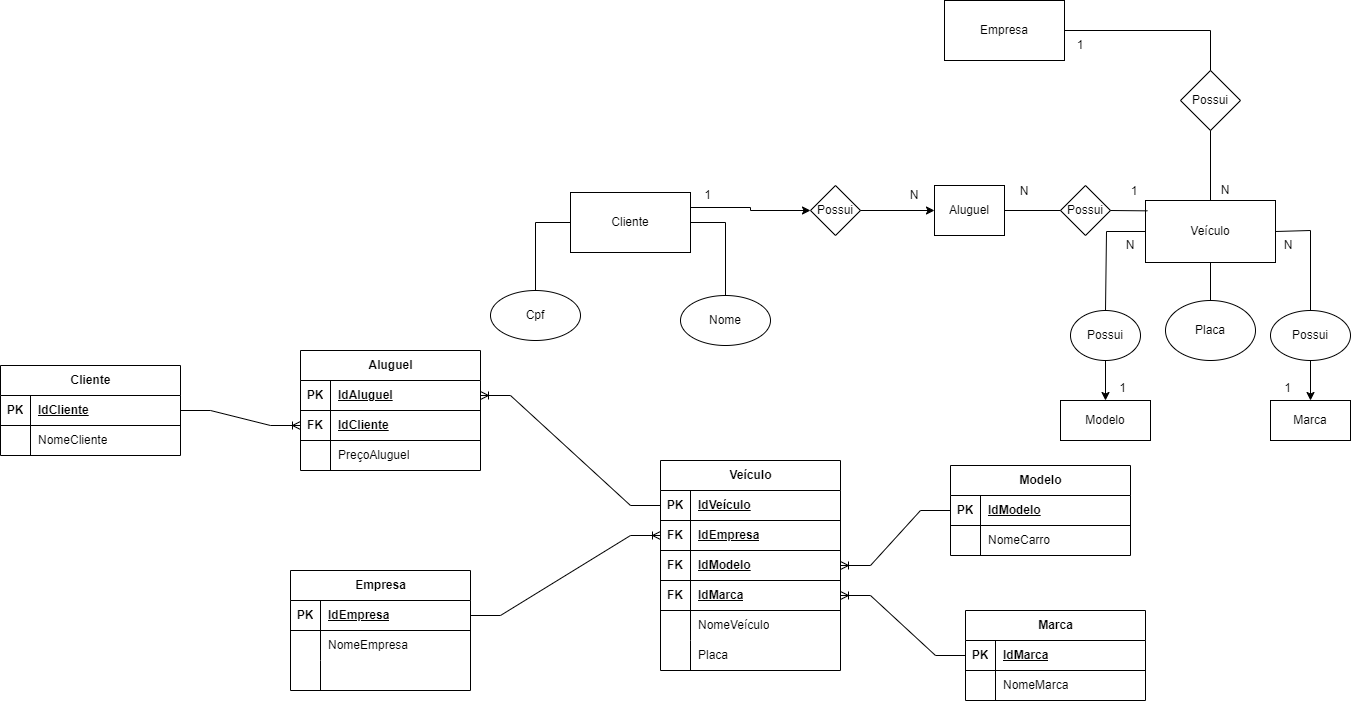
ngoteus/senai_sprrint1 keeps this draw.io diagram as exercicio_1.2/exercicio_1.2.drawio.png. Above is the earlier version. Source tidied: cells renumbered, new cells last; positions are measured from the earlier drawing's top-left corner, leaving out a move shared by most shapes.
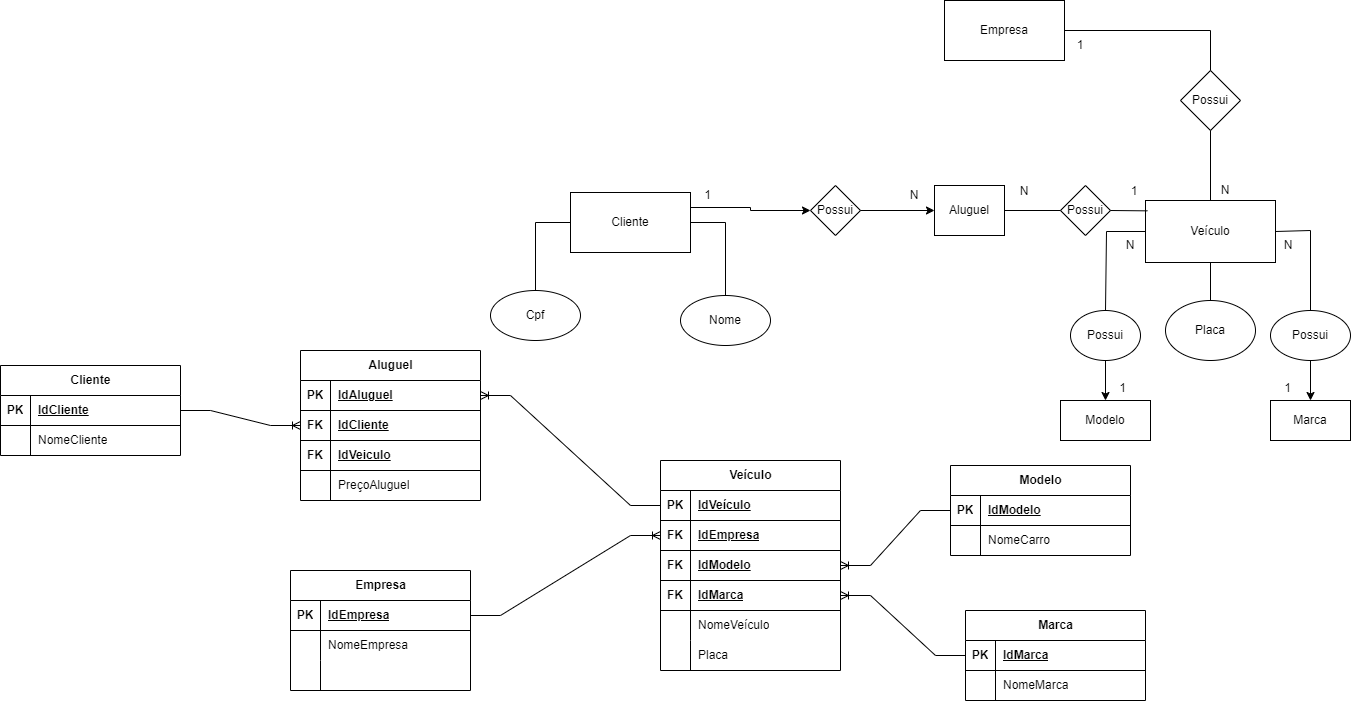
After the change.

Change to the diagram source:
```diff
@@ -263,7 +263,7 @@
       <mxGeometry x="30" width="150" height="30" as="geometry" />
     </mxCell>
     <mxCell id="82" value="Aluguel" style="shape=table;startSize=30;rowLines=0;fontStyle=1;align=center;html=1;" parent="1" vertex="1">
-      <mxGeometry x="300" y="350" width="180" height="120" as="geometry" />
+      <mxGeometry x="300" y="350" width="180" height="150" as="geometry" />
     </mxCell>
     <mxCell id="83" style="shape=tableRow;horizontal=0;startSize=0;swimlaneHead=0;swimlaneBody=0;fillColor=none;points=[[0,0.5],[1,0.5]];portConstraint=eastwest;top=0;left=0;right=0;bottom=1;" parent="82" vertex="1">
       <mxGeometry y="30" width="180" height="30" as="geometry" />
@@ -283,8 +283,17 @@
     <mxCell id="88" value="IdCliente" style="shape=partialRectangle;fillColor=none;top=0;left=0;bottom=0;right=0;align=left;spacingLeft=6;fontStyle=5;overflow=hidden;whiteSpace=wrap;html=1;" parent="86" vertex="1">
       <mxGeometry x="30" width="150" height="30" as="geometry" />
     </mxCell>
+    <mxCell id="104" style="shape=tableRow;horizontal=0;startSize=0;swimlaneHead=0;swimlaneBody=0;fillColor=none;top=0;left=0;right=0;bottom=1;" parent="82" vertex="1">
+      <mxGeometry y="90" width="180" height="30" as="geometry" />
+    </mxCell>
+    <mxCell id="105" value="FK" style="shape=partialRectangle;fillColor=none;top=0;left=0;bottom=0;right=0;fontStyle=1;overflow=hidden;whiteSpace=wrap;html=1;" parent="104" vertex="1">
+      <mxGeometry width="30" height="30" as="geometry" />
+    </mxCell>
+    <mxCell id="106" value="IdVeiculo" style="shape=partialRectangle;fillColor=none;top=0;left=0;bottom=0;right=0;align=left;spacingLeft=6;fontStyle=5;overflow=hidden;whiteSpace=wrap;html=1;" parent="104" vertex="1">
+      <mxGeometry x="30" width="150" height="30" as="geometry" />
+    </mxCell>
     <mxCell id="89" style="shape=tableRow;horizontal=0;startSize=0;swimlaneHead=0;swimlaneBody=0;fillColor=none;top=0;left=0;right=0;bottom=0;" parent="82" vertex="1">
-      <mxGeometry y="90" width="180" height="30" as="geometry" />
+      <mxGeometry y="120" width="180" height="30" as="geometry" />
     </mxCell>
     <mxCell id="90" style="shape=partialRectangle;fillColor=none;top=0;left=0;bottom=0;right=0;overflow=hidden;whiteSpace=wrap;html=1;" parent="89" vertex="1">
       <mxGeometry width="30" height="30" as="geometry" />
```
